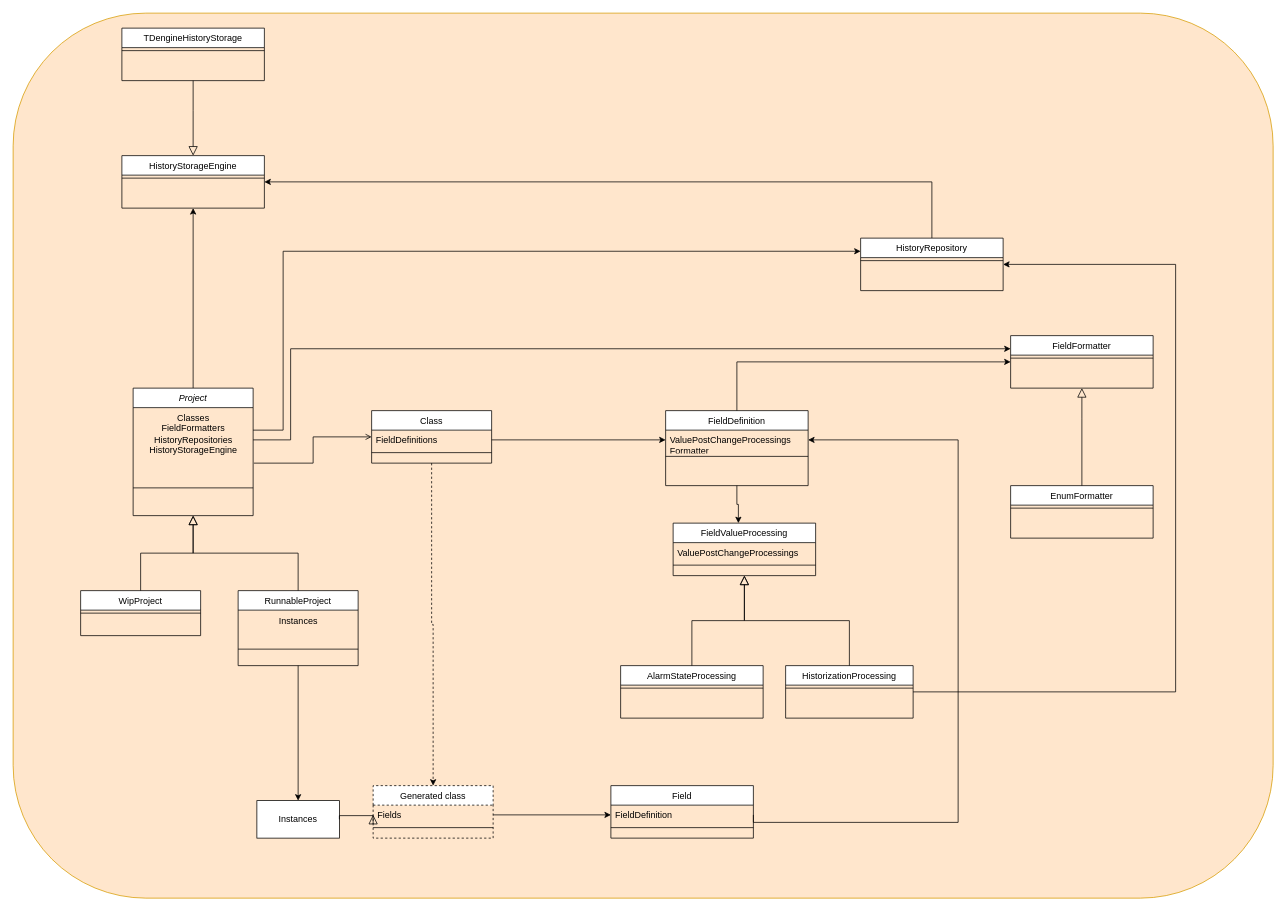
Above: drawings/Structure.drawio in PVanack/pva.SuperV (draw.io), before the change. Source tidied: cells renumbered, new cells numbered last; positions are measured from the earlier drawing's top-left corner, leaving out a move shared by most shapes. Both pictures are drawn from the tidied source at 75%, with x=0, y=0 at pixel (13, 13).
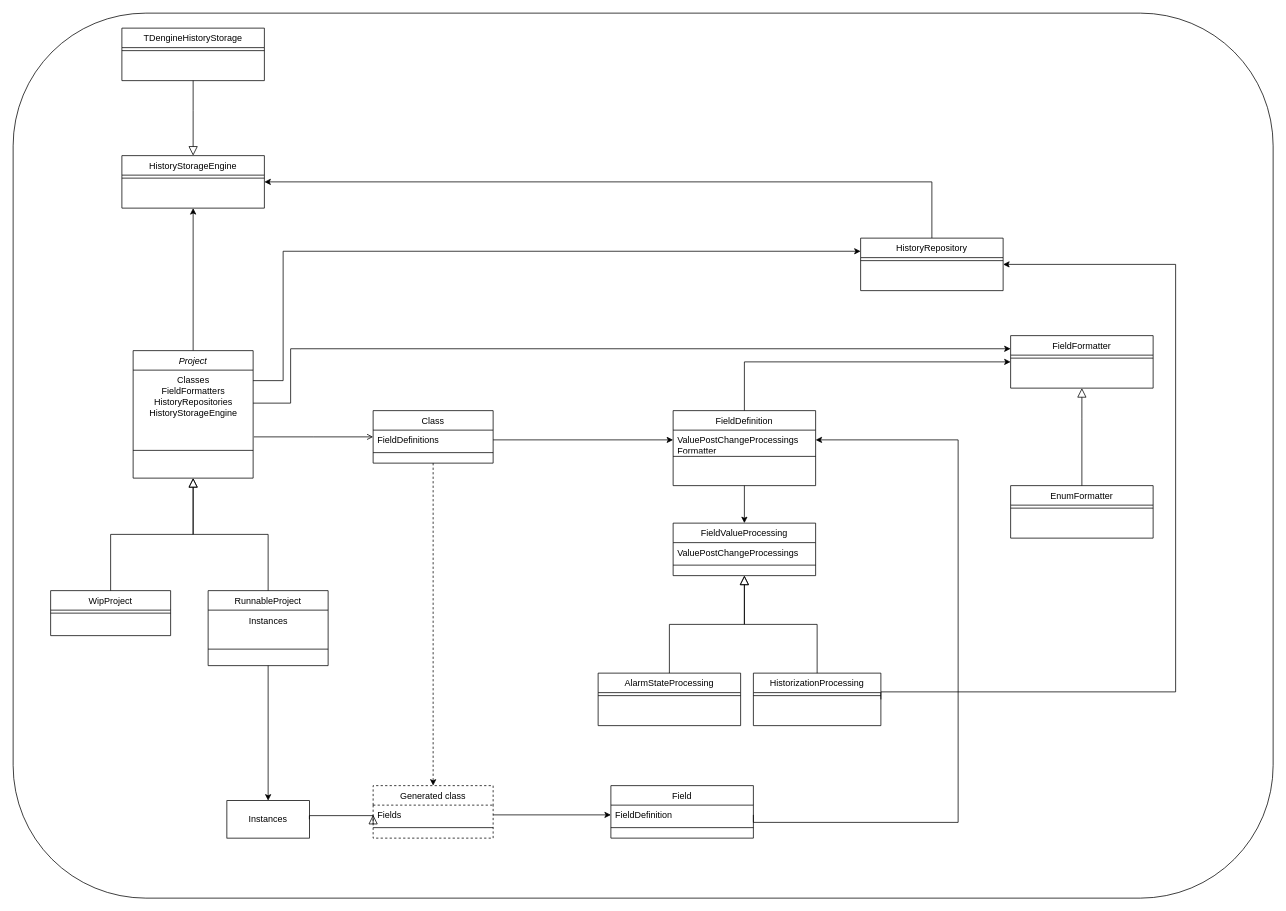
The same diagram, later.

Commit message (it also covers changes not shown here):
GH-50  Make the diagram more readable. (#53)

Unchanged cells that the change refers to:
```xml
<mxCell id="6" value="Classes&lt;div&gt;FieldFormatters&lt;/div&gt;&lt;div&gt;HistoryRepositories&lt;/div&gt;&lt;div&gt;HistoryStorageEngine&lt;/div&gt;" style="text;html=1;align=center;verticalAlign=middle;points=[];strokeColor=none;fillColor=none;" parent="5" vertex="1">
  <mxGeometry y="26" width="160" height="70" as="geometry" />
</mxCell>
<mxCell id="25" value="FieldValueProcessing" style="swimlane;fontStyle=0;align=center;verticalAlign=top;horizontal=1;startSize=26;rounded=0;shadow=0;strokeWidth=1;" parent="1" vertex="1">
  <mxGeometry x="880" y="680" width="190" height="70" as="geometry" />
</mxCell>
<mxCell id="46" value="FieldFormatter" style="swimlane;fontStyle=0;align=center;verticalAlign=top;horizontal=1;startSize=26;rounded=0;shadow=0;strokeWidth=1;" parent="1" vertex="1">
  <mxGeometry x="1330" y="430" width="190" height="70" as="geometry" />
</mxCell>
<mxCell id="53" value="HistoryRepository" style="swimlane;fontStyle=0;align=center;verticalAlign=top;horizontal=1;startSize=26;rounded=0;shadow=0;strokeWidth=1;" parent="1" vertex="1">
  <mxGeometry x="1130" y="300" width="190" height="70" as="geometry" />
</mxCell>
```

Change to the diagram source:
```diff
@@
-    <mxCell id="2" style="rounded=1;whiteSpace=wrap;html=1;fillColor=#ffe6cc;strokeColor=#d79b00;" parent="1" vertex="1">
+    <mxCell id="2" style="rounded=1;whiteSpace=wrap;html=1;" parent="1" vertex="1">
       <mxGeometry width="1680" height="1180" as="geometry" />
     </mxCell>
     <mxCell id="3" style="edgeStyle=orthogonalEdgeStyle;rounded=0;jettySize=auto;html=1;entryX=0;entryY=0.25;entryDx=0;entryDy=0;" parent="1" edge="1" source="5" target="46">
       <mxGeometry relative="1" as="geometry">
         <Array as="points">
-          <mxPoint x="370" y="569" />
-          <mxPoint x="370" y="448" />
+          <mxPoint x="370" y="520" />
+          <mxPoint x="370" y="447" />
         </Array>
       </mxGeometry>
     </mxCell>
@@
     <mxCell id="5" value="Project" style="swimlane;fontStyle=2;align=center;verticalAlign=top;horizontal=1;startSize=26;rounded=0;shadow=0;strokeWidth=1;" parent="1" vertex="1">
-      <mxGeometry x="160" y="500" width="160" height="170" as="geometry" />
+      <mxGeometry x="160" y="450" width="160" height="170" as="geometry" />
     </mxCell>
@@
     <mxCell id="8" value="WipProject" style="swimlane;fontStyle=0;align=center;verticalAlign=top;horizontal=1;startSize=26;rounded=0;shadow=0;strokeWidth=1;" parent="1" vertex="1">
-      <mxGeometry x="90" y="770" width="160" height="60" as="geometry" />
+      <mxGeometry x="50" y="770" width="160" height="60" as="geometry" />
     </mxCell>
@@
     <mxCell id="12" value="RunnableProject" style="swimlane;fontStyle=0;align=center;verticalAlign=top;horizontal=1;startSize=26;rounded=0;shadow=0;strokeWidth=1;" parent="1" vertex="1">
-      <mxGeometry x="300" y="770" width="160" height="100" as="geometry" />
+      <mxGeometry x="260" y="770" width="160" height="100" as="geometry" />
     </mxCell>
@@
     <mxCell id="17" value="Class" style="swimlane;fontStyle=0;align=center;verticalAlign=top;horizontal=1;startSize=26;rounded=0;shadow=0;strokeWidth=1;" parent="1" vertex="1">
-      <mxGeometry x="478" y="530" width="160" height="70" as="geometry" />
+      <mxGeometry x="480" y="530" width="160" height="70" as="geometry" />
     </mxCell>
@@
     <mxCell id="20" style="endArrow=open;shadow=0;strokeWidth=1;rounded=0;curved=0;endFill=1;edgeStyle=elbowEdgeStyle;elbow=horizontal;" parent="1" edge="1" target="17">
       <mxGeometry x="0.5" y="41" relative="1" as="geometry">
-        <mxPoint x="321" y="600" as="sourcePoint" />
+        <mxPoint x="321" y="565" as="sourcePoint" />
         <mxPoint x="-40" y="32" as="offset" />
       </mxGeometry>
     </mxCell>
     <mxCell id="21" value="FieldDefinition" style="swimlane;fontStyle=0;align=center;verticalAlign=top;horizontal=1;startSize=26;rounded=0;shadow=0;strokeWidth=1;" parent="1" vertex="1">
-      <mxGeometry x="870" y="530" width="190" height="100" as="geometry" />
+      <mxGeometry x="880" y="530" width="190" height="100" as="geometry" />
     </mxCell>
@@
     <mxCell id="28" value="AlarmStateProcessing" style="swimlane;fontStyle=0;align=center;verticalAlign=top;horizontal=1;startSize=26;rounded=0;shadow=0;strokeWidth=1;" parent="1" vertex="1">
-      <mxGeometry x="810" y="870" width="190" height="70" as="geometry" />
+      <mxGeometry x="780" y="880" width="190" height="70" as="geometry" />
     </mxCell>
@@
     <mxCell id="32" value="HistorizationProcessing" style="swimlane;fontStyle=0;align=center;verticalAlign=top;horizontal=1;startSize=26;rounded=0;shadow=0;strokeWidth=1;" parent="1" vertex="1">
-      <mxGeometry x="1030" y="870" width="170" height="70" as="geometry" />
+      <mxGeometry x="987" y="880" width="170" height="70" as="geometry" />
     </mxCell>
@@
-    <mxCell id="35" style="edgeStyle=orthogonalEdgeStyle;rounded=0;jettySize=auto;html=1;exitX=0.5;exitY=1;exitDx=0;exitDy=0;entryX=0.458;entryY=0;entryDx=0;entryDy=0;entryPerimeter=0;" parent="1" edge="1" source="21" target="25">
+    <mxCell id="35" style="edgeStyle=orthogonalEdgeStyle;rounded=0;jettySize=auto;html=1;exitX=0.5;exitY=1;exitDx=0;exitDy=0;entryX=0.5;entryY=0;entryDx=0;entryDy=0;" parent="1" edge="1" source="21" target="25">
       <mxGeometry relative="1" as="geometry" />
     </mxCell>
     <mxCell id="36" value="Instances" style="html=1;whiteSpace=wrap;" parent="1" vertex="1">
-      <mxGeometry x="325" y="1050" width="110" height="50" as="geometry" />
+      <mxGeometry x="285" y="1050" width="110" height="50" as="geometry" />
     </mxCell>
@@
-    <mxCell id="55" style="edgeStyle=orthogonalEdgeStyle;rounded=0;jettySize=auto;html=1;entryX=0;entryY=0.25;entryDx=0;entryDy=0;" parent="1" edge="1" source="6" target="53">
+    <mxCell id="55" style="edgeStyle=orthogonalEdgeStyle;rounded=0;jettySize=auto;html=1;entryX=0;entryY=0.25;entryDx=0;entryDy=0;" parent="1" edge="1" source="5" target="53">
       <mxGeometry relative="1" as="geometry">
         <Array as="points">
-          <mxPoint x="360" y="556" />
-          <mxPoint x="360" y="318" />
+          <mxPoint x="360" y="490" />
+          <mxPoint x="360" y="317" />
         </Array>
       </mxGeometry>
     </mxCell>
```
